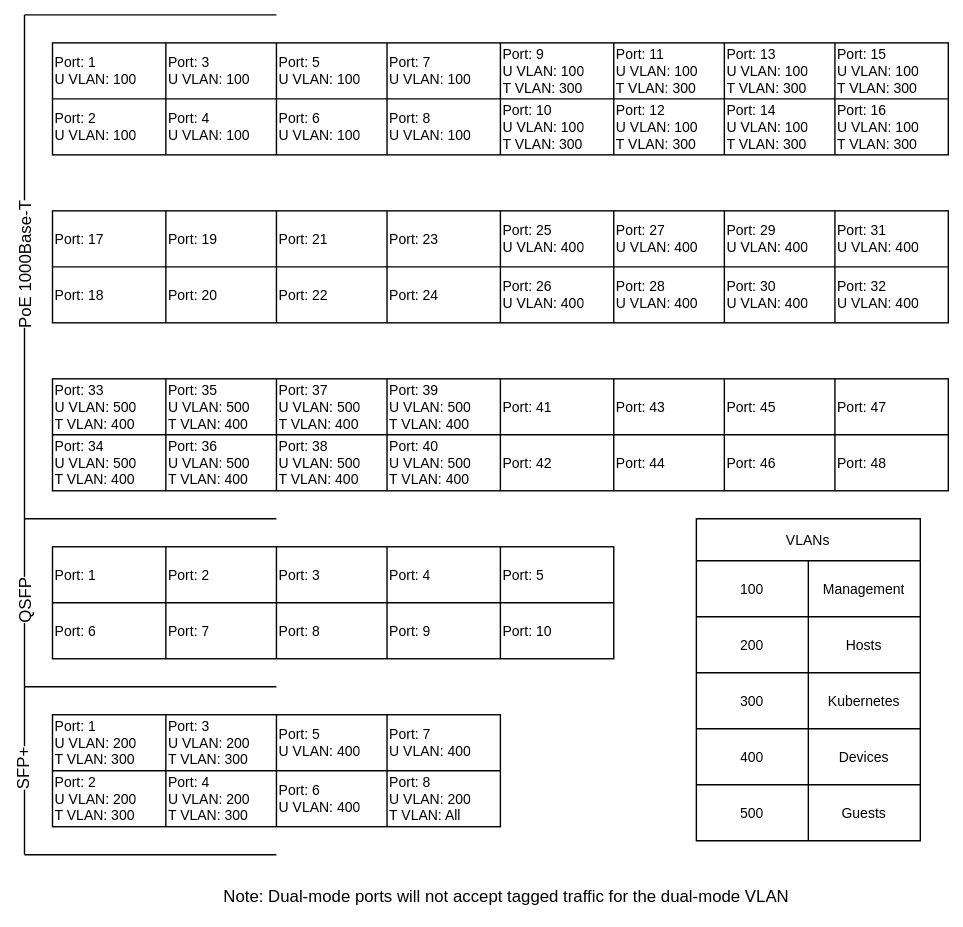
This is hardware/images/switch.drawio.svg from solidDoWant/infra-mk2, a draw.io export, as it was before one commit. Source tidied: cells renumbered, new cells last; positions are measured from the earlier drawing's top-left corner, leaving out a move shared by most shapes.
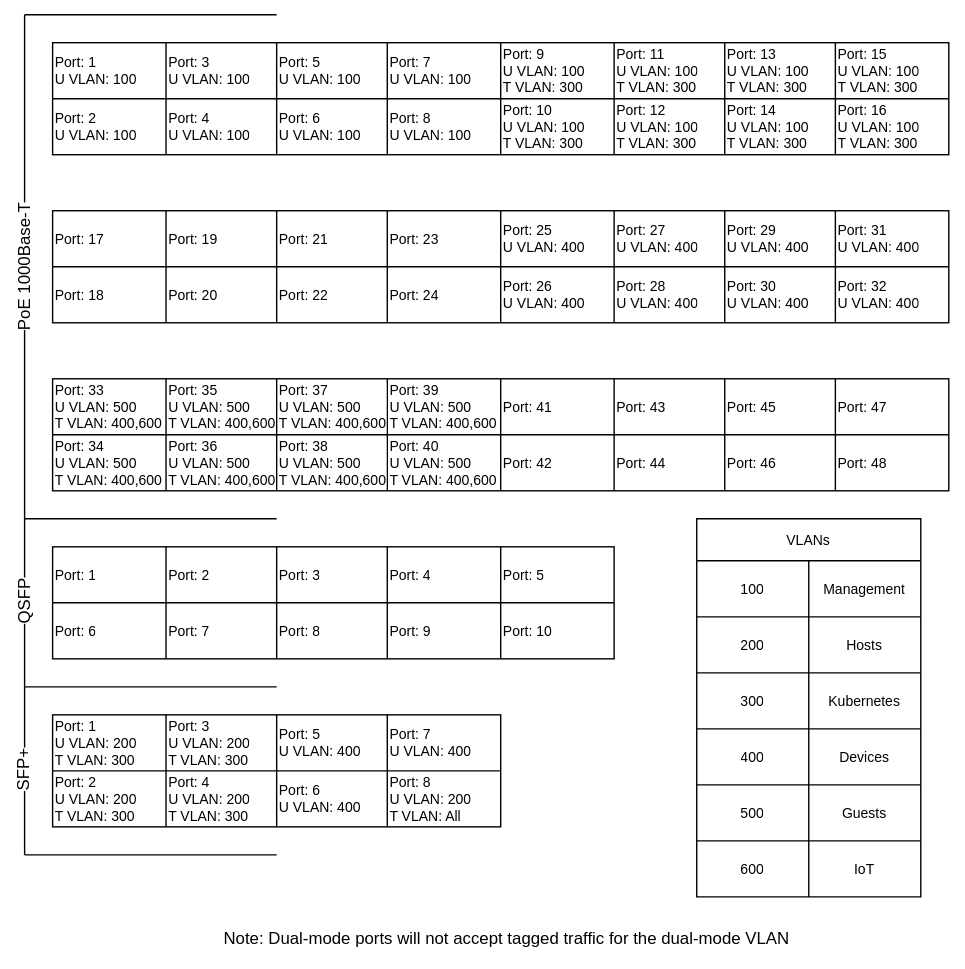
After the commit.

Commit message:
Setup IoT vlan

Diff of the diagram source:
```diff
@@ -1,4 +1,4 @@
-<mxGraphModel background="#FFFFFF">
+<mxGraphModel>
   <root>
     <mxCell id="0" />
     <mxCell id="1" parent="0" />
@@ -122,16 +122,16 @@
     <mxCell id="41" style="shape=partialRectangle;html=1;whiteSpace=wrap;fillColor=none;top=0;left=0;bottom=0;right=0;fontSize=10;labelBackgroundColor=#ffffff;fontColor=#000000;" parent="40" vertex="1">
       <mxGeometry width="640" height="40" as="geometry" />
     </mxCell>
-    <mxCell id="42" value="&lt;font style=&quot;font-size: 10px;&quot;&gt;Port: 33&lt;br style=&quot;font-size: 10px;&quot;&gt;U VLAN: 500&lt;br style=&quot;font-size: 10px;&quot;&gt;T VLAN: 400&lt;/font&gt;" style="shape=partialRectangle;html=1;whiteSpace=wrap;fillColor=none;top=0;left=0;bottom=0;right=0;overflow=hidden;align=left;fontSize=10;labelBackgroundColor=#ffffff;fontColor=#000000;" parent="41" vertex="1">
+    <mxCell id="42" value="&lt;font style=&quot;font-size: 10px&quot;&gt;Port: 33&lt;br style=&quot;font-size: 10px&quot;&gt;U VLAN: 500&lt;br style=&quot;font-size: 10px&quot;&gt;T VLAN: 400,600&lt;/font&gt;" style="shape=partialRectangle;html=1;whiteSpace=wrap;fillColor=none;top=0;left=0;bottom=0;right=0;overflow=hidden;align=left;fontSize=10;labelBackgroundColor=#ffffff;fontColor=#000000;" parent="41" vertex="1">
       <mxGeometry width="81" height="40" as="geometry" />
     </mxCell>
-    <mxCell id="43" value="&lt;span style=&quot;font-size: 10px;&quot;&gt;Port: 35&lt;/span&gt;&lt;br style=&quot;font-size: 10px;&quot;&gt;&lt;span style=&quot;font-size: 10px;&quot;&gt;U VLAN: 500&lt;/span&gt;&lt;br style=&quot;font-size: 10px;&quot;&gt;&lt;span style=&quot;font-size: 10px;&quot;&gt;T VLAN: 400&lt;/span&gt;" style="shape=partialRectangle;html=1;whiteSpace=wrap;fillColor=none;top=0;left=0;bottom=0;right=0;overflow=hidden;align=left;fontSize=10;labelBackgroundColor=#ffffff;fontColor=#000000;" parent="41" vertex="1">
+    <mxCell id="43" value="&lt;span style=&quot;font-size: 10px&quot;&gt;Port: 35&lt;/span&gt;&lt;br style=&quot;font-size: 10px&quot;&gt;&lt;span style=&quot;font-size: 10px&quot;&gt;U VLAN: 500&lt;/span&gt;&lt;br style=&quot;font-size: 10px&quot;&gt;&lt;span style=&quot;font-size: 10px&quot;&gt;T VLAN: 400,600&lt;/span&gt;" style="shape=partialRectangle;html=1;whiteSpace=wrap;fillColor=none;top=0;left=0;bottom=0;right=0;overflow=hidden;align=left;fontSize=10;labelBackgroundColor=#ffffff;fontColor=#000000;" parent="41" vertex="1">
       <mxGeometry x="81" width="79" height="40" as="geometry" />
     </mxCell>
-    <mxCell id="44" value="&lt;span style=&quot;font-size: 10px;&quot;&gt;Port: 37&lt;/span&gt;&lt;br style=&quot;font-size: 10px;&quot;&gt;&lt;span style=&quot;font-size: 10px;&quot;&gt;U VLAN: 500&lt;/span&gt;&lt;br style=&quot;font-size: 10px;&quot;&gt;&lt;span style=&quot;font-size: 10px;&quot;&gt;T VLAN: 400&lt;/span&gt;" style="shape=partialRectangle;html=1;whiteSpace=wrap;fillColor=none;top=0;left=0;bottom=0;right=0;overflow=hidden;align=left;fontSize=10;labelBackgroundColor=#ffffff;fontColor=#000000;" parent="41" vertex="1">
+    <mxCell id="44" value="&lt;span style=&quot;font-size: 10px&quot;&gt;Port: 37&lt;/span&gt;&lt;br style=&quot;font-size: 10px&quot;&gt;&lt;span style=&quot;font-size: 10px&quot;&gt;U VLAN: 500&lt;/span&gt;&lt;br style=&quot;font-size: 10px&quot;&gt;&lt;span style=&quot;font-size: 10px&quot;&gt;T VLAN: 400,600&lt;/span&gt;" style="shape=partialRectangle;html=1;whiteSpace=wrap;fillColor=none;top=0;left=0;bottom=0;right=0;overflow=hidden;align=left;fontSize=10;labelBackgroundColor=#ffffff;fontColor=#000000;" parent="41" vertex="1">
       <mxGeometry x="160" width="79" height="40" as="geometry" />
     </mxCell>
-    <mxCell id="45" value="&lt;span style=&quot;font-size: 10px;&quot;&gt;Port: 39&lt;/span&gt;&lt;br style=&quot;font-size: 10px;&quot;&gt;&lt;span style=&quot;font-size: 10px;&quot;&gt;U VLAN: 500&lt;/span&gt;&lt;br style=&quot;font-size: 10px;&quot;&gt;&lt;span style=&quot;font-size: 10px;&quot;&gt;T VLAN: 400&lt;/span&gt;" style="shape=partialRectangle;html=1;whiteSpace=wrap;fillColor=none;top=0;left=0;bottom=0;right=0;overflow=hidden;align=left;fontSize=10;labelBackgroundColor=#ffffff;fontColor=#000000;" parent="41" vertex="1">
+    <mxCell id="45" value="&lt;span style=&quot;font-size: 10px&quot;&gt;Port: 39&lt;/span&gt;&lt;br style=&quot;font-size: 10px&quot;&gt;&lt;span style=&quot;font-size: 10px&quot;&gt;U VLAN: 500&lt;/span&gt;&lt;br style=&quot;font-size: 10px&quot;&gt;&lt;span style=&quot;font-size: 10px&quot;&gt;T VLAN: 400,600&lt;/span&gt;" style="shape=partialRectangle;html=1;whiteSpace=wrap;fillColor=none;top=0;left=0;bottom=0;right=0;overflow=hidden;align=left;fontSize=10;labelBackgroundColor=#ffffff;fontColor=#000000;" parent="41" vertex="1">
       <mxGeometry x="239" width="81" height="40" as="geometry" />
     </mxCell>
     <mxCell id="46" value="&lt;span style=&quot;font-size: 10px;&quot;&gt;Port: 41&lt;/span&gt;" style="shape=partialRectangle;html=1;whiteSpace=wrap;fillColor=none;top=0;left=0;bottom=0;right=0;overflow=hidden;align=left;fontSize=10;labelBackgroundColor=#ffffff;fontColor=#000000;" parent="41" vertex="1">
@@ -149,16 +149,16 @@
     <mxCell id="50" style="shape=partialRectangle;html=1;whiteSpace=wrap;fillColor=none;top=0;left=0;bottom=0;right=0;fixDash=0;fontSize=10;labelBackgroundColor=#ffffff;fontColor=#000000;" parent="40" vertex="1">
       <mxGeometry y="40" width="640" height="40" as="geometry" />
     </mxCell>
-    <mxCell id="51" value="&lt;span style=&quot;font-size: 10px;&quot;&gt;Port: 34&lt;/span&gt;&lt;br style=&quot;font-size: 10px;&quot;&gt;&lt;span style=&quot;font-size: 10px;&quot;&gt;U VLAN: 500&lt;/span&gt;&lt;br style=&quot;font-size: 10px;&quot;&gt;&lt;span style=&quot;font-size: 10px;&quot;&gt;T VLAN: 400&lt;/span&gt;" style="shape=partialRectangle;html=1;whiteSpace=wrap;fillColor=none;top=0;left=0;bottom=0;right=0;overflow=hidden;align=left;fontSize=10;labelBackgroundColor=#ffffff;fontColor=#000000;" parent="50" vertex="1">
+    <mxCell id="51" value="&lt;span style=&quot;font-size: 10px&quot;&gt;Port: 34&lt;/span&gt;&lt;br style=&quot;font-size: 10px&quot;&gt;&lt;span style=&quot;font-size: 10px&quot;&gt;U VLAN: 500&lt;/span&gt;&lt;br style=&quot;font-size: 10px&quot;&gt;&lt;span style=&quot;font-size: 10px&quot;&gt;T VLAN: 400,600&lt;/span&gt;" style="shape=partialRectangle;html=1;whiteSpace=wrap;fillColor=none;top=0;left=0;bottom=0;right=0;overflow=hidden;align=left;fontSize=10;labelBackgroundColor=#ffffff;fontColor=#000000;" parent="50" vertex="1">
       <mxGeometry width="81" height="40" as="geometry" />
     </mxCell>
-    <mxCell id="52" value="&lt;font style=&quot;font-size: 10px;&quot;&gt;Port: 36&lt;br style=&quot;font-size: 10px;&quot;&gt;U VLAN: 500&lt;br style=&quot;font-size: 10px;&quot;&gt;T VLAN: 400&lt;/font&gt;" style="shape=partialRectangle;html=1;whiteSpace=wrap;fillColor=none;top=0;left=0;bottom=0;right=0;overflow=hidden;align=left;fontSize=10;labelBackgroundColor=#ffffff;fontColor=#000000;" parent="50" vertex="1">
+    <mxCell id="52" value="&lt;font style=&quot;font-size: 10px&quot;&gt;Port: 36&lt;br style=&quot;font-size: 10px&quot;&gt;U VLAN: 500&lt;br style=&quot;font-size: 10px&quot;&gt;T VLAN: 400,600&lt;/font&gt;" style="shape=partialRectangle;html=1;whiteSpace=wrap;fillColor=none;top=0;left=0;bottom=0;right=0;overflow=hidden;align=left;fontSize=10;labelBackgroundColor=#ffffff;fontColor=#000000;" parent="50" vertex="1">
       <mxGeometry x="81" width="79" height="40" as="geometry" />
     </mxCell>
-    <mxCell id="53" value="&lt;span style=&quot;font-size: 10px;&quot;&gt;Port: 38&lt;/span&gt;&lt;br style=&quot;font-size: 10px;&quot;&gt;&lt;span style=&quot;font-size: 10px;&quot;&gt;U VLAN: 500&lt;/span&gt;&lt;br style=&quot;font-size: 10px;&quot;&gt;&lt;span style=&quot;font-size: 10px;&quot;&gt;T VLAN: 400&lt;/span&gt;" style="shape=partialRectangle;html=1;whiteSpace=wrap;fillColor=none;top=0;left=0;bottom=0;right=0;overflow=hidden;align=left;fontSize=10;labelBackgroundColor=#ffffff;fontColor=#000000;" parent="50" vertex="1">
+    <mxCell id="53" value="&lt;span style=&quot;font-size: 10px&quot;&gt;Port: 38&lt;/span&gt;&lt;br style=&quot;font-size: 10px&quot;&gt;&lt;span style=&quot;font-size: 10px&quot;&gt;U VLAN: 500&lt;/span&gt;&lt;br style=&quot;font-size: 10px&quot;&gt;&lt;span style=&quot;font-size: 10px&quot;&gt;T VLAN: 400,600&lt;/span&gt;" style="shape=partialRectangle;html=1;whiteSpace=wrap;fillColor=none;top=0;left=0;bottom=0;right=0;overflow=hidden;align=left;fontSize=10;labelBackgroundColor=#ffffff;fontColor=#000000;" parent="50" vertex="1">
       <mxGeometry x="160" width="79" height="40" as="geometry" />
     </mxCell>
-    <mxCell id="54" value="&lt;span style=&quot;font-size: 10px;&quot;&gt;Port: 40&lt;/span&gt;&lt;br style=&quot;font-size: 10px;&quot;&gt;&lt;span style=&quot;font-size: 10px;&quot;&gt;U VLAN: 500&lt;/span&gt;&lt;br style=&quot;font-size: 10px;&quot;&gt;&lt;span style=&quot;font-size: 10px;&quot;&gt;T VLAN: 400&lt;/span&gt;" style="shape=partialRectangle;html=1;whiteSpace=wrap;fillColor=none;top=0;left=0;bottom=0;right=0;overflow=hidden;align=left;fontSize=10;labelBackgroundColor=#ffffff;fontColor=#000000;" parent="50" vertex="1">
+    <mxCell id="54" value="&lt;span style=&quot;font-size: 10px&quot;&gt;Port: 40&lt;/span&gt;&lt;br style=&quot;font-size: 10px&quot;&gt;&lt;span style=&quot;font-size: 10px&quot;&gt;U VLAN: 500&lt;/span&gt;&lt;br style=&quot;font-size: 10px&quot;&gt;&lt;span style=&quot;font-size: 10px&quot;&gt;T VLAN: 400,600&lt;/span&gt;" style="shape=partialRectangle;html=1;whiteSpace=wrap;fillColor=none;top=0;left=0;bottom=0;right=0;overflow=hidden;align=left;fontSize=10;labelBackgroundColor=#ffffff;fontColor=#000000;" parent="50" vertex="1">
       <mxGeometry x="239" width="81" height="40" as="geometry" />
     </mxCell>
     <mxCell id="55" value="&lt;span style=&quot;font-size: 10px;&quot;&gt;Port: 42&lt;/span&gt;" style="shape=partialRectangle;html=1;whiteSpace=wrap;fillColor=none;top=0;left=0;bottom=0;right=0;overflow=hidden;align=left;fontSize=10;labelBackgroundColor=#ffffff;fontColor=#000000;" parent="50" vertex="1">
@@ -306,7 +306,7 @@
       </mxGeometry>
     </mxCell>
     <mxCell id="94" value="VLANs" style="shape=table;startSize=30;fontSize=10;labelBackgroundColor=#ffffff;fontColor=#000000;" parent="1" vertex="1">
-      <mxGeometry x="480" y="360" width="160" height="230" as="geometry" />
+      <mxGeometry x="480" y="360" width="160" height="270" as="geometry" />
     </mxCell>
     <mxCell id="95" style="shape=partialRectangle;fillColor=none;top=0;left=0;bottom=0;right=0;fontSize=10;labelBackgroundColor=#ffffff;fontColor=#000000;" parent="94" vertex="1">
       <mxGeometry y="30" width="160" height="40" as="geometry" />
@@ -353,8 +353,17 @@
     <mxCell id="109" value="Guests" style="shape=partialRectangle;html=1;whiteSpace=wrap;overflow=hidden;fillColor=none;top=0;left=0;bottom=0;right=0;fontSize=10;labelBackgroundColor=#ffffff;fontColor=#000000;" parent="107" vertex="1">
       <mxGeometry x="80" width="80" height="40" as="geometry" />
     </mxCell>
+    <mxCell id="111" style="shape=partialRectangle;fillColor=none;top=0;left=0;bottom=0;right=0;fontSize=10;labelBackgroundColor=#ffffff;fontColor=#000000;" parent="94" vertex="1">
+      <mxGeometry y="230" width="160" height="40" as="geometry" />
+    </mxCell>
+    <mxCell id="112" value="600" style="shape=partialRectangle;html=1;whiteSpace=wrap;overflow=hidden;fillColor=none;top=0;left=0;bottom=0;right=0;fontSize=10;labelBackgroundColor=#ffffff;fontColor=#000000;" parent="111" vertex="1">
+      <mxGeometry width="80" height="40" as="geometry" />
+    </mxCell>
+    <mxCell id="113" value="IoT" style="shape=partialRectangle;html=1;whiteSpace=wrap;overflow=hidden;fillColor=none;top=0;left=0;bottom=0;right=0;fontSize=10;labelBackgroundColor=#ffffff;fontColor=#000000;" parent="111" vertex="1">
+      <mxGeometry x="80" width="80" height="40" as="geometry" />
+    </mxCell>
     <mxCell id="110" value="Note: Dual-mode ports will not accept tagged traffic for the dual-mode VLAN" style="text;html=1;align=center;verticalAlign=middle;strokeColor=none;fillColor=none;labelBackgroundColor=#ffffff;fontColor=#000000;" parent="1" vertex="1">
-      <mxGeometry x="134" y="620" width="420" height="20" as="geometry" />
+      <mxGeometry x="134" y="650" width="420" height="20" as="geometry" />
     </mxCell>
   </root>
 </mxGraphModel>
```
